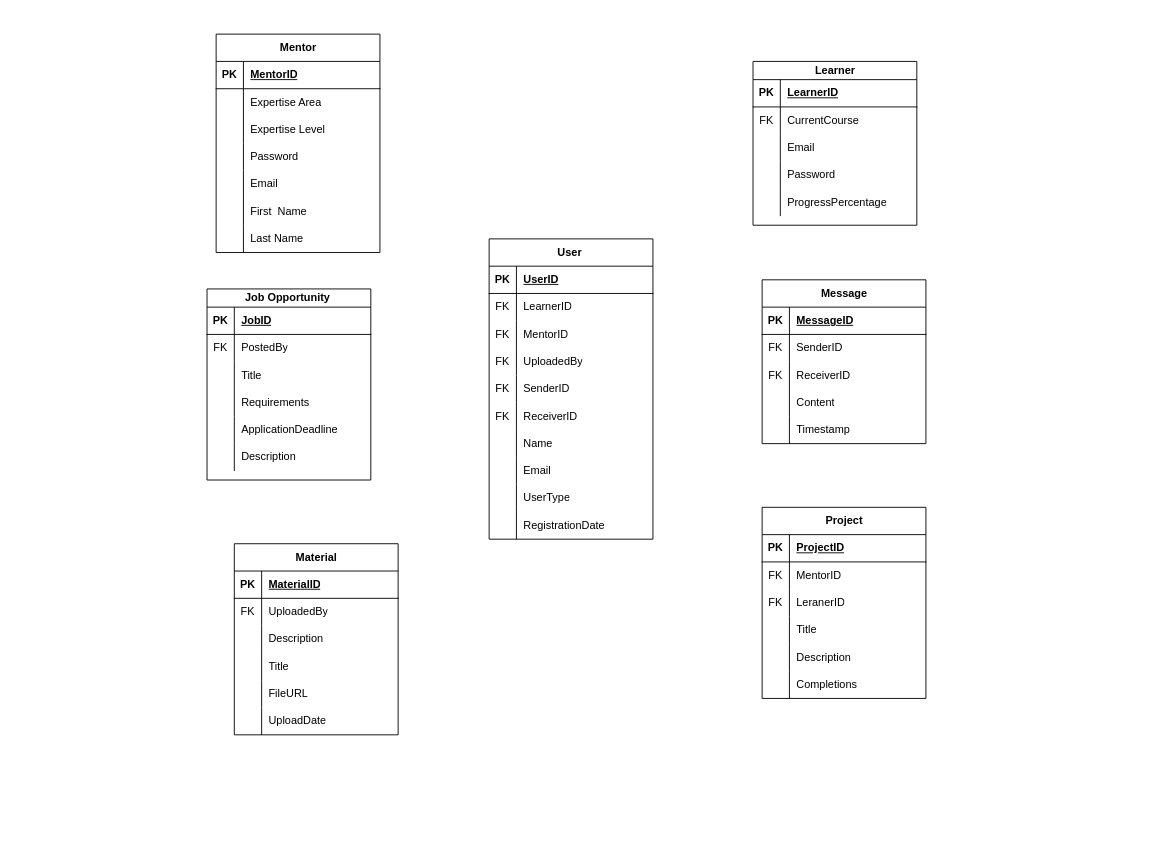
Before: Untitled Diagram.drawio in i-ninte/CSM141081, a draw.io diagram. Source tidied: cells renumbered, new cells numbered last; positions are measured from the earlier drawing's top-left corner, leaving out a move shared by most shapes. Both pictures are drawn from the tidied source at 91%, with x=0, y=0 at pixel (207, 34).
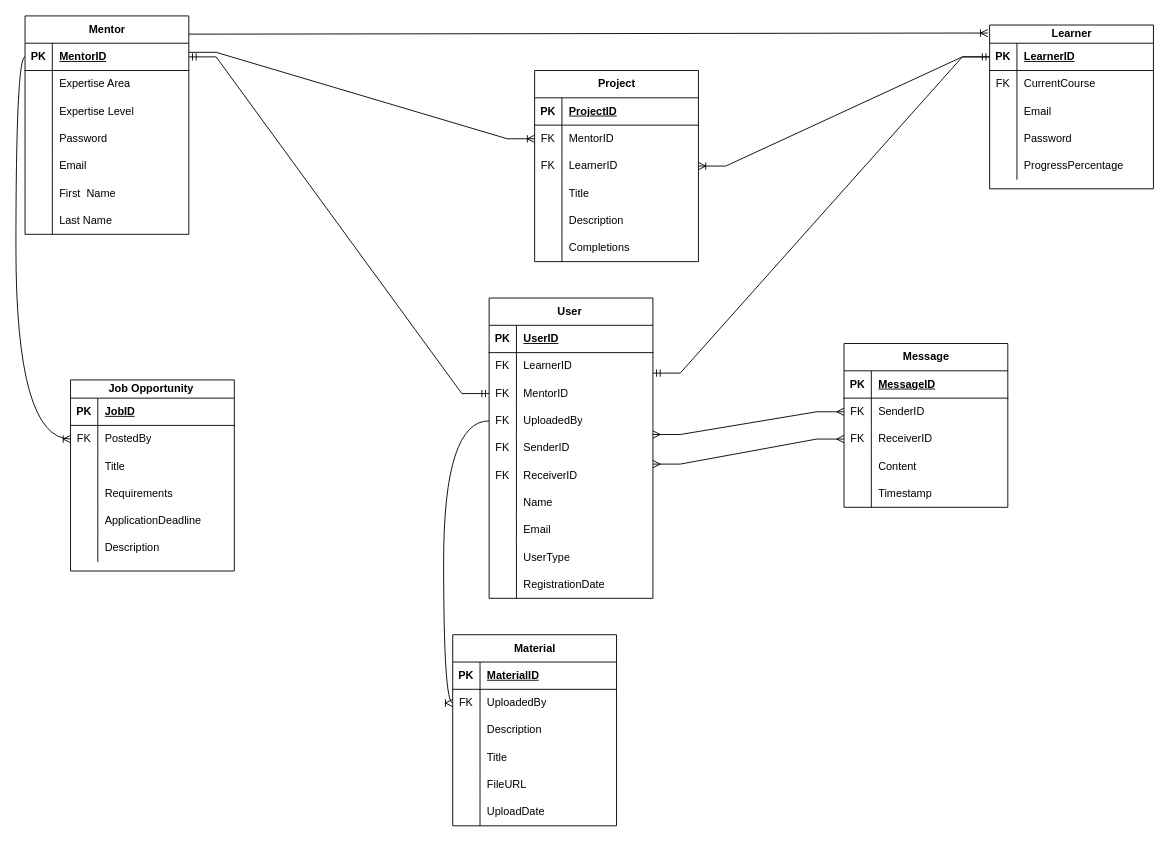
Above is the later version.

Unchanged cells that the change refers to:
```xml
<mxCell id="6" style="shape=tableRow;horizontal=0;startSize=0;swimlaneHead=0;swimlaneBody=0;fillColor=none;points=[[0,0.5],[1,0.5]];portConstraint=eastwest;top=0;left=0;right=0;bottom=0;" parent="2" vertex="1">
  <mxGeometry y="60" width="180" height="30" as="geometry" />
</mxCell>
<mxCell id="9" style="shape=tableRow;horizontal=0;startSize=0;swimlaneHead=0;swimlaneBody=0;fillColor=none;points=[[0,0.5],[1,0.5]];portConstraint=eastwest;top=0;left=0;right=0;bottom=0;" parent="2" vertex="1">
  <mxGeometry y="90" width="180" height="30" as="geometry" />
</mxCell>
<mxCell id="22" style="shape=tableRow;horizontal=0;startSize=0;swimlaneHead=0;swimlaneBody=0;fillColor=none;points=[[0,0.5],[1,0.5]];portConstraint=eastwest;top=0;left=0;right=0;bottom=1;" parent="21" vertex="1">
  <mxGeometry y="30" width="180" height="30" as="geometry" />
</mxCell>
<mxCell id="50" style="shape=tableRow;horizontal=0;startSize=0;swimlaneHead=0;swimlaneBody=0;fillColor=none;points=[[0,0.5],[1,0.5]];portConstraint=eastwest;top=0;left=0;right=0;bottom=0;" parent="43" vertex="1">
  <mxGeometry y="90" width="180" height="30" as="geometry" />
</mxCell>
<mxCell id="53" style="shape=tableRow;horizontal=0;startSize=0;swimlaneHead=0;swimlaneBody=0;fillColor=none;points=[[0,0.5],[1,0.5]];portConstraint=eastwest;top=0;left=0;right=0;bottom=0;" parent="43" vertex="1">
  <mxGeometry y="120" width="180" height="30" as="geometry" />
</mxCell>
<mxCell id="78" style="shape=tableRow;horizontal=0;startSize=0;swimlaneHead=0;swimlaneBody=0;fillColor=none;points=[[0,0.5],[1,0.5]];portConstraint=eastwest;top=0;left=0;right=0;bottom=0;" parent="74" vertex="1">
  <mxGeometry y="60" width="180" height="30" as="geometry" />
</mxCell>
<mxCell id="81" style="shape=tableRow;horizontal=0;startSize=0;swimlaneHead=0;swimlaneBody=0;fillColor=none;points=[[0,0.5],[1,0.5]];portConstraint=eastwest;top=0;left=0;right=0;bottom=0;" parent="74" vertex="1">
  <mxGeometry y="90" width="180" height="30" as="geometry" />
</mxCell>
<mxCell id="94" style="shape=tableRow;horizontal=0;startSize=0;swimlaneHead=0;swimlaneBody=0;fillColor=none;points=[[0,0.5],[1,0.5]];portConstraint=eastwest;top=0;left=0;right=0;bottom=0;" parent="90" vertex="1">
  <mxGeometry y="50" width="180" height="30" as="geometry" />
</mxCell>
<mxCell id="110" style="shape=tableRow;horizontal=0;startSize=0;swimlaneHead=0;swimlaneBody=0;fillColor=none;points=[[0,0.5],[1,0.5]];portConstraint=eastwest;top=0;left=0;right=0;bottom=1;" parent="109" vertex="1">
  <mxGeometry y="20" width="180" height="30" as="geometry" />
</mxCell>
<mxCell id="129" style="shape=tableRow;horizontal=0;startSize=0;swimlaneHead=0;swimlaneBody=0;fillColor=none;points=[[0,0.5],[1,0.5]];portConstraint=eastwest;top=0;left=0;right=0;bottom=0;" parent="125" vertex="1">
  <mxGeometry y="60" width="180" height="30" as="geometry" />
</mxCell>
```

The edit, as a diff of the source:
```diff
@@
     <mxCell id="2" value="Project" style="shape=table;startSize=30;childLayout=tableLayout;rowLines=0;fontStyle=1;align=center;html=1;" parent="1" vertex="1">
-      <mxGeometry x="610" y="520" width="180" height="210" as="geometry" />
+      <mxGeometry x="360" y="40" width="180" height="210" as="geometry" />
     </mxCell>
@@
-    <mxCell id="11" value="LeranerID" style="shape=partialRectangle;fillColor=none;top=0;left=0;bottom=0;right=0;align=left;spacingLeft=6;overflow=hidden;whiteSpace=wrap;html=1;" parent="9" vertex="1">
+    <mxCell id="11" value="LearnerID" style="shape=partialRectangle;fillColor=none;top=0;left=0;bottom=0;right=0;align=left;spacingLeft=6;overflow=hidden;whiteSpace=wrap;html=1;" parent="9" vertex="1">
       <mxGeometry x="30" width="150" height="30" as="geometry" />
     </mxCell>
@@
     <mxCell id="21" value="Mentor" style="shape=table;startSize=30;childLayout=tableLayout;rowLines=0;fontStyle=1;align=center;html=1;" parent="1" vertex="1">
-      <mxGeometry x="10" width="180" height="240" as="geometry" />
+      <mxGeometry x="-200" y="-20" width="180" height="240" as="geometry" />
     </mxCell>
@@
     <mxCell id="43" value="User&amp;nbsp;" style="shape=table;startSize=30;childLayout=tableLayout;rowLines=0;fontStyle=1;align=center;html=1;" parent="1" vertex="1">
-      <mxGeometry x="310" y="225" width="180" height="330" as="geometry" />
+      <mxGeometry x="310" y="290" width="180" height="330" as="geometry" />
     </mxCell>
@@
     <mxCell id="74" value="Message&lt;br&gt;" style="shape=table;startSize=30;childLayout=tableLayout;rowLines=0;fontStyle=1;align=center;html=1;" parent="1" vertex="1">
-      <mxGeometry x="610" y="270" width="180" height="180" as="geometry" />
+      <mxGeometry x="700" y="340" width="180" height="180" as="geometry" />
     </mxCell>
@@
     <mxCell id="90" value="Job Opportunity&amp;nbsp;" style="shape=table;startSize=20;childLayout=tableLayout;rowLines=0;fontStyle=1;align=center;html=1;" parent="1" vertex="1">
-      <mxGeometry y="280" width="180" height="210" as="geometry" />
+      <mxGeometry x="-150" y="380" width="180" height="210" as="geometry" />
     </mxCell>
@@
     <mxCell id="109" value="Learner" style="shape=table;startSize=20;childLayout=tableLayout;rowLines=0;fontStyle=1;align=center;html=1;" parent="1" vertex="1">
-      <mxGeometry x="600" y="30" width="180" height="180" as="geometry" />
+      <mxGeometry x="860" y="-10" width="180" height="180" as="geometry" />
     </mxCell>
@@
     <mxCell id="125" value="Material" style="shape=table;startSize=30;childLayout=tableLayout;rowLines=0;fontStyle=1;align=center;html=1;" parent="1" vertex="1">
-      <mxGeometry x="30" y="560" width="180" height="210" as="geometry" />
+      <mxGeometry x="270" y="660" width="180" height="210" as="geometry" />
     </mxCell>
@@
+    <mxCell id="144" style="edgeStyle=entityRelationEdgeStyle;fontSize=12;html=1;endArrow=ERmandOne;startArrow=ERmandOne;rounded=0;exitX=1;exitY=0.5;exitDx=0;exitDy=0;entryX=0;entryY=0.5;entryDx=0;entryDy=0;" parent="1" edge="1" source="22" target="50">
+      <mxGeometry relative="1" as="geometry">
+        <Array as="points">
+          <mxPoint x="230" y="420" />
+          <mxPoint x="260" y="380" />
+        </Array>
+      </mxGeometry>
+    </mxCell>
+    <mxCell id="145" style="edgeStyle=entityRelationEdgeStyle;fontSize=12;html=1;endArrow=ERmandOne;startArrow=ERmandOne;rounded=0;entryX=0;entryY=0.5;entryDx=0;entryDy=0;exitX=1;exitY=0.25;exitDx=0;exitDy=0;" parent="1" edge="1" source="43" target="110">
+      <mxGeometry relative="1" as="geometry" />
+    </mxCell>
+    <mxCell id="146" style="edgeStyle=entityRelationEdgeStyle;fontSize=12;html=1;endArrow=ERoneToMany;rounded=0;entryX=-0.011;entryY=0.049;entryDx=0;entryDy=0;entryPerimeter=0;" parent="1" edge="1" target="109">
+      <mxGeometry relative="1" as="geometry">
+        <mxPoint x="-20" as="sourcePoint" />
+      </mxGeometry>
+    </mxCell>
+    <mxCell id="147" style="edgeStyle=entityRelationEdgeStyle;fontSize=12;html=1;endArrow=ERoneToMany;rounded=0;entryX=0;entryY=0.5;entryDx=0;entryDy=0;" parent="1" edge="1" target="6">
+      <mxGeometry relative="1" as="geometry">
+        <mxPoint x="-20" y="20" as="sourcePoint" />
+      </mxGeometry>
+    </mxCell>
+    <mxCell id="148" style="edgeStyle=entityRelationEdgeStyle;fontSize=12;html=1;endArrow=ERoneToMany;rounded=0;entryX=1;entryY=0.5;entryDx=0;entryDy=0;exitX=0;exitY=0.5;exitDx=0;exitDy=0;" parent="1" edge="1" source="110" target="9">
+      <mxGeometry relative="1" as="geometry" />
+    </mxCell>
+    <mxCell id="149" style="edgeStyle=orthogonalEdgeStyle;fontSize=12;html=1;endArrow=ERoneToMany;rounded=0;entryX=0;entryY=0.5;entryDx=0;entryDy=0;curved=1;exitX=0;exitY=0.5;exitDx=0;exitDy=0;" parent="1" edge="1" source="22" target="94">
+      <mxGeometry relative="1" as="geometry" />
+    </mxCell>
+    <mxCell id="150" style="edgeStyle=entityRelationEdgeStyle;fontSize=12;html=1;endArrow=ERmany;startArrow=ERmany;rounded=0;entryX=0;entryY=0.5;entryDx=0;entryDy=0;" parent="1" edge="1" target="78">
+      <mxGeometry relative="1" as="geometry">
+        <mxPoint x="490" y="440" as="sourcePoint" />
+      </mxGeometry>
+    </mxCell>
+    <mxCell id="151" style="edgeStyle=orthogonalEdgeStyle;fontSize=12;html=1;endArrow=ERoneToMany;rounded=0;entryX=0;entryY=0.5;entryDx=0;entryDy=0;curved=1;" parent="1" edge="1" source="53" target="129">
+      <mxGeometry relative="1" as="geometry" />
+    </mxCell>
+    <mxCell id="152" style="edgeStyle=entityRelationEdgeStyle;fontSize=12;html=1;endArrow=ERmany;startArrow=ERmany;rounded=0;entryX=0;entryY=0.5;entryDx=0;entryDy=0;" parent="1" edge="1" target="81">
+      <mxGeometry relative="1" as="geometry">
+        <mxPoint x="490" y="472.5" as="sourcePoint" />
+      </mxGeometry>
+    </mxCell>
```
